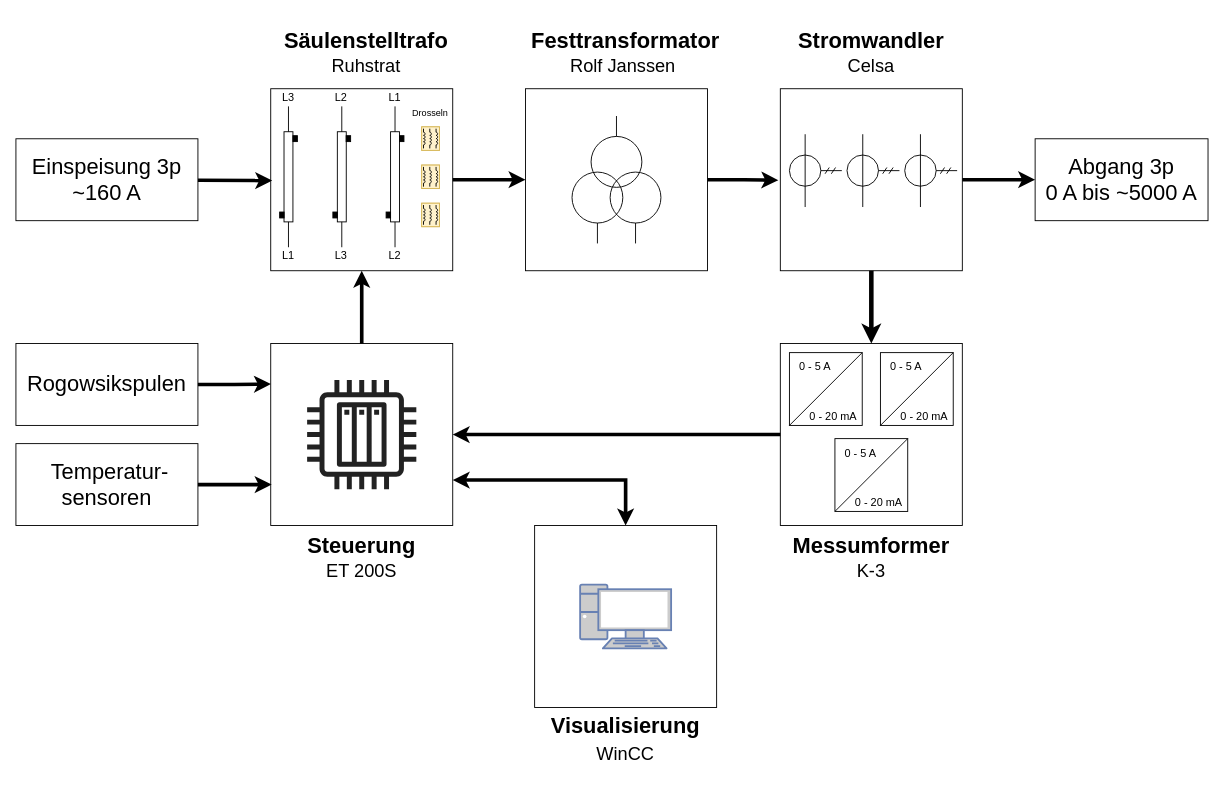
The draw.io diagram 03_Ressourcen/zeichnungen/aufbau_hochstrom_pruefstand.drawio in oliverschmidt99/Bachelorarbeit-Fremdfeldbeeinflussung-Messstromwandler, before the edit. Source tidied: cells renumbered, new cells numbered last; positions are measured from the earlier drawing's top-left corner, leaving out a move shared by most shapes. Both pictures are drawn from the tidied source at 91%, with x=0, y=0 at pixel (15, 15).
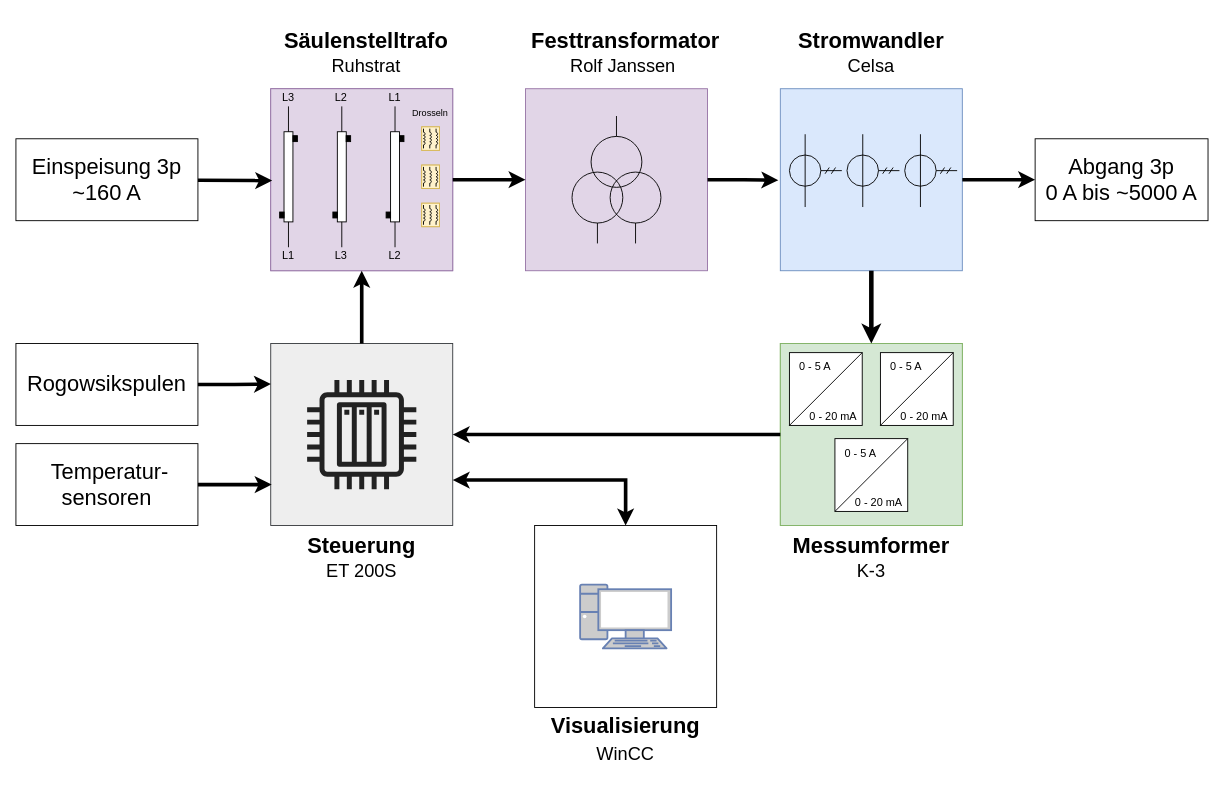
The same page after the edit.

Commit message (it also covers changes not shown here):
Enhance diagram styles and add PDF documentation for measurement setup

The change refers to these unchanged cells:
```xml
<mxCell id="39" style="group;" parent="1" vertex="1">
  <mxGeometry x="560" y="80" width="200" height="200" as="geometry" />
</mxCell>
<mxCell id="42" style="group;" parent="1" vertex="1">
  <mxGeometry x="840" y="80" width="261.4" height="200" as="geometry" />
</mxCell>
<mxCell id="52" style="group;" parent="1" vertex="1">
  <mxGeometry x="280" y="360" width="200" height="200" as="geometry" />
</mxCell>
```

Diff of the diagram source:
```diff
@@
-    <mxCell id="2" style="group;" parent="1" vertex="1">
+    <mxCell id="2" style="group;fillColor=#e1d5e7;strokeColor=#9673a6;" parent="1" vertex="1">
       <mxGeometry x="280" y="80" width="200" height="200" as="geometry" />
     </mxCell>
-    <mxCell id="3" style="whiteSpace=wrap;html=1;" parent="2" vertex="1">
+    <mxCell id="3" style="whiteSpace=wrap;html=1;fillColor=#e1d5e7;strokeColor=#9673a6;" parent="2" vertex="1">
       <mxGeometry width="200" height="200" as="geometry" />
     </mxCell>
@@
-    <mxCell id="40" style="whiteSpace=wrap;html=1;" parent="39" vertex="1">
+    <mxCell id="40" style="whiteSpace=wrap;html=1;fillColor=#e1d5e7;strokeColor=#9673a6;" parent="39" vertex="1">
       <mxGeometry width="200" height="200" as="geometry" />
     </mxCell>
@@
-    <mxCell id="43" style="whiteSpace=wrap;html=1;" parent="42" vertex="1">
+    <mxCell id="43" style="whiteSpace=wrap;html=1;fillColor=#dae8fc;strokeColor=#6c8ebf;" parent="42" vertex="1">
       <mxGeometry width="200" height="200" as="geometry" />
     </mxCell>
@@
-    <mxCell id="53" style="whiteSpace=wrap;html=1;" parent="52" vertex="1">
+    <mxCell id="53" style="whiteSpace=wrap;html=1;fillColor=#eeeeee;strokeColor=#36393d;" parent="52" vertex="1">
       <mxGeometry width="200" height="200" as="geometry" />
     </mxCell>
@@
-    <mxCell id="61" style="group;" parent="1" vertex="1">
+    <mxCell id="61" style="group;fillColor=#d5e8d4;strokeColor=#82b366;" parent="1" vertex="1">
       <mxGeometry x="840" y="360" width="200" height="200" as="geometry" />
     </mxCell>
-    <mxCell id="62" style="whiteSpace=wrap;html=1;" parent="61" vertex="1">
+    <mxCell id="62" style="whiteSpace=wrap;html=1;fillColor=#d5e8d4;strokeColor=#82b366;" parent="61" vertex="1">
       <mxGeometry width="200" height="200" as="geometry" />
     </mxCell>
```
